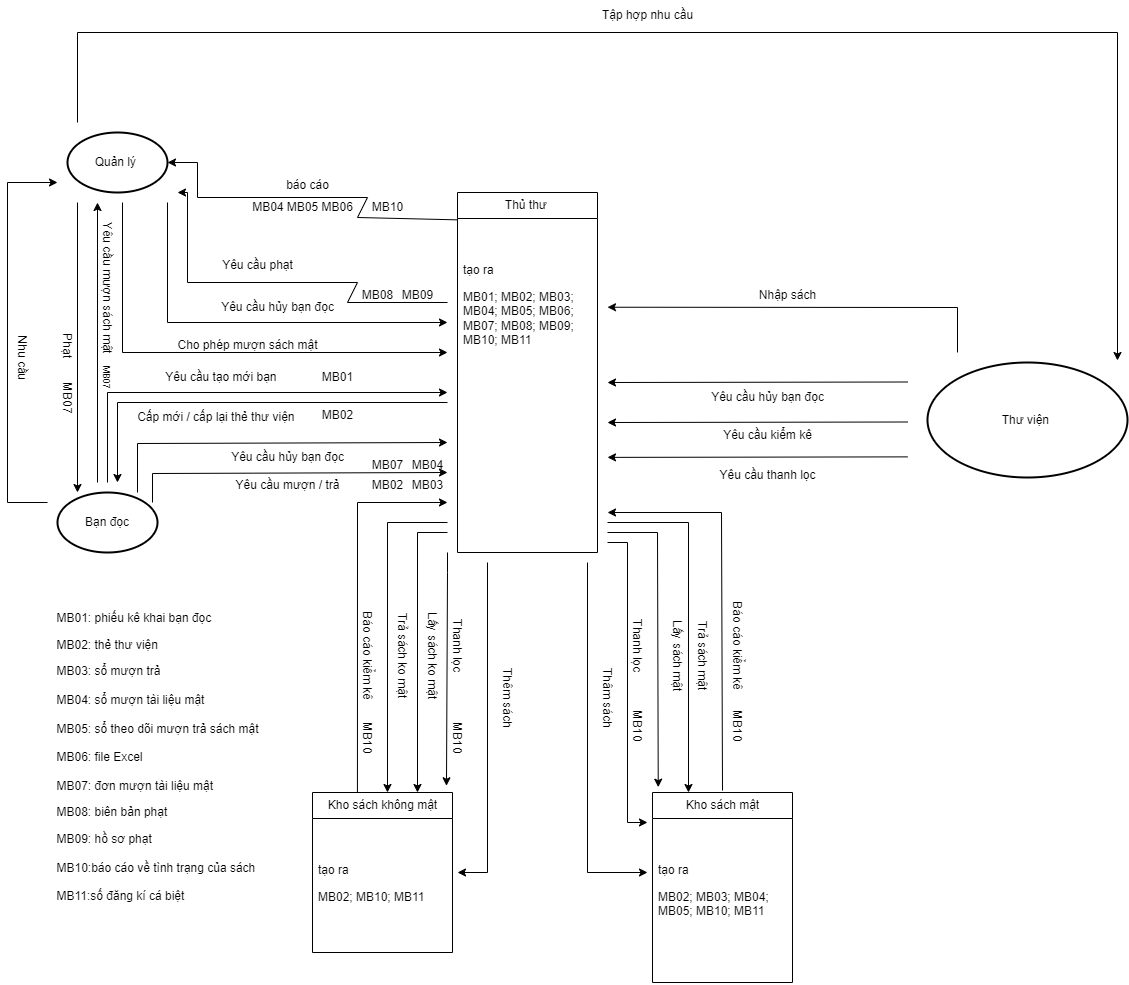
Before: bài tap lớn/mô hình TTNV-Page-2.drawio.png, a diagram exported from draw.io (vqh17062001/PTTKHT). Source tidied: cells renumbered, new cells last; positions are measured from the earlier drawing's top-left corner, leaving out a move shared by most shapes.
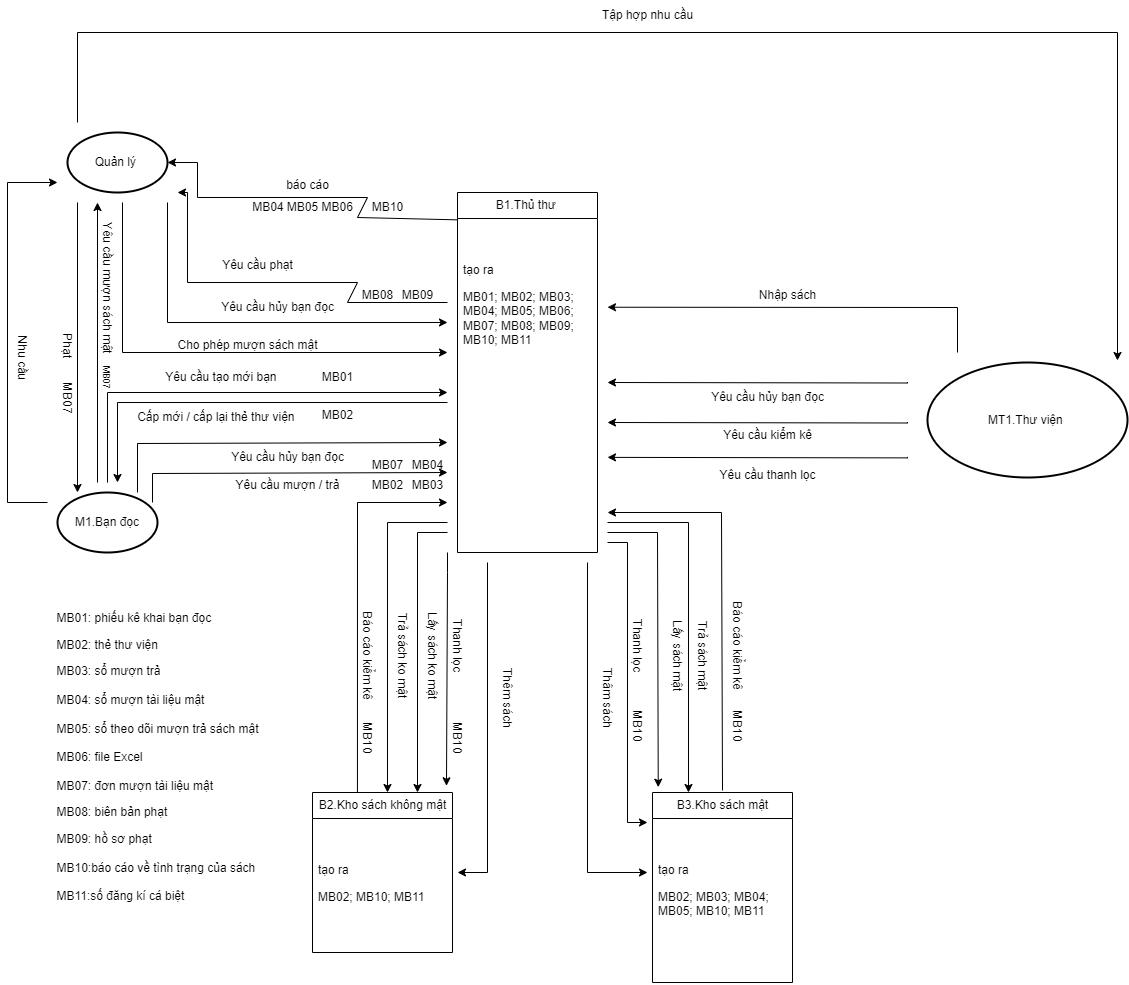
After the change.

Change to the diagram source:
```diff
@@ -2,28 +2,28 @@
   <root>
     <mxCell id="0" />
     <mxCell id="1" parent="0" />
-    <mxCell id="2" value="Thư viện&amp;nbsp;" style="strokeWidth=2;html=1;shape=mxgraph.flowchart.start_1;whiteSpace=wrap;" parent="1" vertex="1">
+    <mxCell id="2" value="MT1.Thư viện&amp;nbsp;" style="strokeWidth=2;html=1;shape=mxgraph.flowchart.start_1;whiteSpace=wrap;" parent="1" vertex="1">
       <mxGeometry x="940" y="362" width="200" height="115" as="geometry" />
     </mxCell>
     <mxCell id="3" value="Quản lý&amp;nbsp;" style="strokeWidth=2;html=1;shape=mxgraph.flowchart.start_1;whiteSpace=wrap;" parent="1" vertex="1">
       <mxGeometry x="80" y="132" width="100" height="60" as="geometry" />
     </mxCell>
-    <mxCell id="4" value="Bạn đọc" style="strokeWidth=2;html=1;shape=mxgraph.flowchart.start_1;whiteSpace=wrap;" parent="1" vertex="1">
+    <mxCell id="4" value="M1.Bạn đọc" style="strokeWidth=2;html=1;shape=mxgraph.flowchart.start_1;whiteSpace=wrap;" parent="1" vertex="1">
       <mxGeometry x="70" y="492" width="100" height="60" as="geometry" />
     </mxCell>
-    <mxCell id="5" value="Thủ thư&amp;nbsp;" style="swimlane;fontStyle=0;horizontal=1;startSize=26;fillColor=none;html=1;" parent="1" vertex="1">
+    <mxCell id="5" value="B1.Thủ thư&amp;nbsp;" style="swimlane;fontStyle=0;horizontal=1;startSize=26;fillColor=none;html=1;" parent="1" vertex="1">
       <mxGeometry x="470" y="192" width="140" height="360" as="geometry" />
     </mxCell>
     <mxCell id="6" value="&lt;p style=&quot;margin-bottom:6.0pt&quot; class=&quot;MsoNormal&quot;&gt;&lt;br&gt;&lt;/p&gt;&lt;p style=&quot;margin-bottom:6.0pt&quot; class=&quot;MsoNormal&quot;&gt;&lt;span style=&quot;mso-bidi-font-size:13.0pt;line-height:107%;&lt;br/&gt;mso-bidi-font-weight:bold&quot; lang=&quot;VI&quot;&gt;tạo ra&amp;nbsp;&lt;/span&gt;&lt;/p&gt;&lt;p style=&quot;margin-bottom:6.0pt&quot; class=&quot;MsoNormal&quot;&gt;&lt;span style=&quot;mso-bidi-font-size:13.0pt;line-height:107%;&lt;br/&gt;mso-bidi-font-weight:bold&quot; lang=&quot;VI&quot;&gt;&lt;/span&gt;&lt;/p&gt;&lt;p style=&quot;margin-bottom:6.0pt&quot; class=&quot;MsoNormal&quot;&gt;MB01; MB02; MB03; MB04; MB05; MB06;&lt;br&gt;MB07; MB08; MB09; MB10; MB11&lt;/p&gt;" style="text;strokeColor=none;fillColor=none;align=left;verticalAlign=top;spacingLeft=4;spacingRight=4;overflow=hidden;points=[[0,0.5],[1,0.5]];portConstraint=eastwest;whiteSpace=wrap;html=1;" parent="5" vertex="1">
       <mxGeometry y="26" width="140" height="334" as="geometry" />
     </mxCell>
-    <mxCell id="7" value="Kho sách không mật" style="swimlane;fontStyle=0;horizontal=1;startSize=26;fillColor=none;html=1;" parent="1" vertex="1">
+    <mxCell id="7" value="B2.Kho sách không mật" style="swimlane;fontStyle=0;horizontal=1;startSize=26;fillColor=none;html=1;" parent="1" vertex="1">
       <mxGeometry x="325" y="792" width="140" height="160" as="geometry" />
     </mxCell>
     <mxCell id="8" value="&lt;p class=&quot;MsoNormal&quot;&gt;&lt;br&gt;&lt;/p&gt;&lt;p class=&quot;MsoNormal&quot;&gt;tạo ra&amp;nbsp;&lt;/p&gt;&lt;p class=&quot;MsoNormal&quot;&gt;MB02; MB10; MB11&amp;nbsp;&lt;span lang=&quot;VI&quot;&gt;&lt;/span&gt;&lt;/p&gt;&lt;p class=&quot;MsoNormal&quot;&gt;&lt;br&gt;&lt;/p&gt;" style="text;strokeColor=none;fillColor=none;align=left;verticalAlign=top;spacingLeft=4;spacingRight=4;overflow=hidden;whiteSpace=wrap;html=1;" parent="7" vertex="1">
       <mxGeometry y="26" width="140" height="134" as="geometry" />
     </mxCell>
-    <mxCell id="9" value="Kho sách mật" style="swimlane;fontStyle=0;horizontal=1;startSize=26;fillColor=none;html=1;" parent="1" vertex="1">
+    <mxCell id="9" value="B3.Kho sách mật" style="swimlane;fontStyle=0;horizontal=1;startSize=26;fillColor=none;html=1;" parent="1" vertex="1">
       <mxGeometry x="665" y="792" width="140" height="190" as="geometry" />
     </mxCell>
     <mxCell id="10" value="&lt;p class=&quot;MsoNormal&quot;&gt;&lt;/p&gt;&lt;br&gt;&lt;p class=&quot;MsoNormal&quot;&gt;tạo ra&amp;nbsp;&lt;/p&gt;&lt;p style=&quot;margin-bottom:6.0pt&quot; class=&quot;MsoNormal&quot;&gt;MB02; MB03; MB04; MB05; MB10; MB11&lt;/p&gt;" style="text;strokeColor=none;fillColor=none;align=left;verticalAlign=top;spacingLeft=4;spacingRight=4;overflow=hidden;whiteSpace=wrap;html=1;" parent="9" vertex="1">
```
